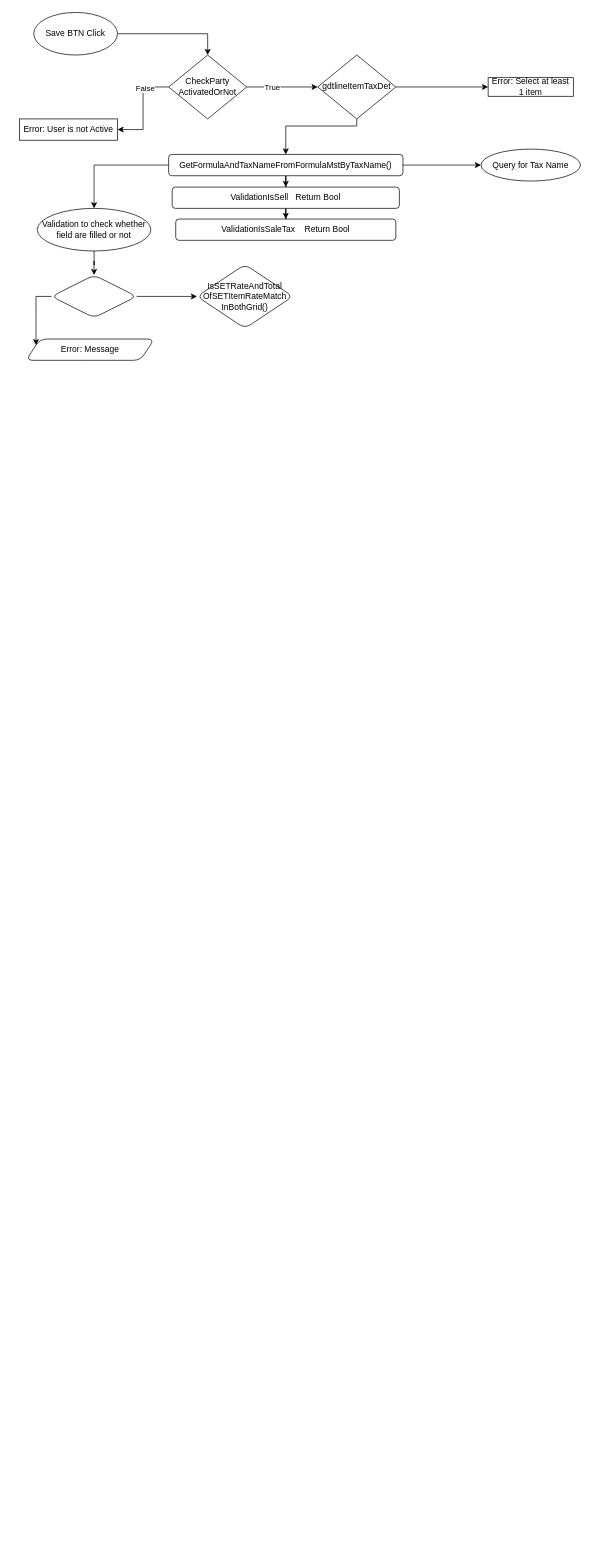
Earlier version of the draw.io diagram Untitled Diagram.drawio (Snag-hub/DOT-Net). Source tidied: cells renumbered, new cells numbered last; positions are measured from the earlier drawing's top-left corner, leaving out a move shared by most shapes. Both pictures are drawn from the tidied source at 71%, with x=0, y=0 at pixel (19, 12).
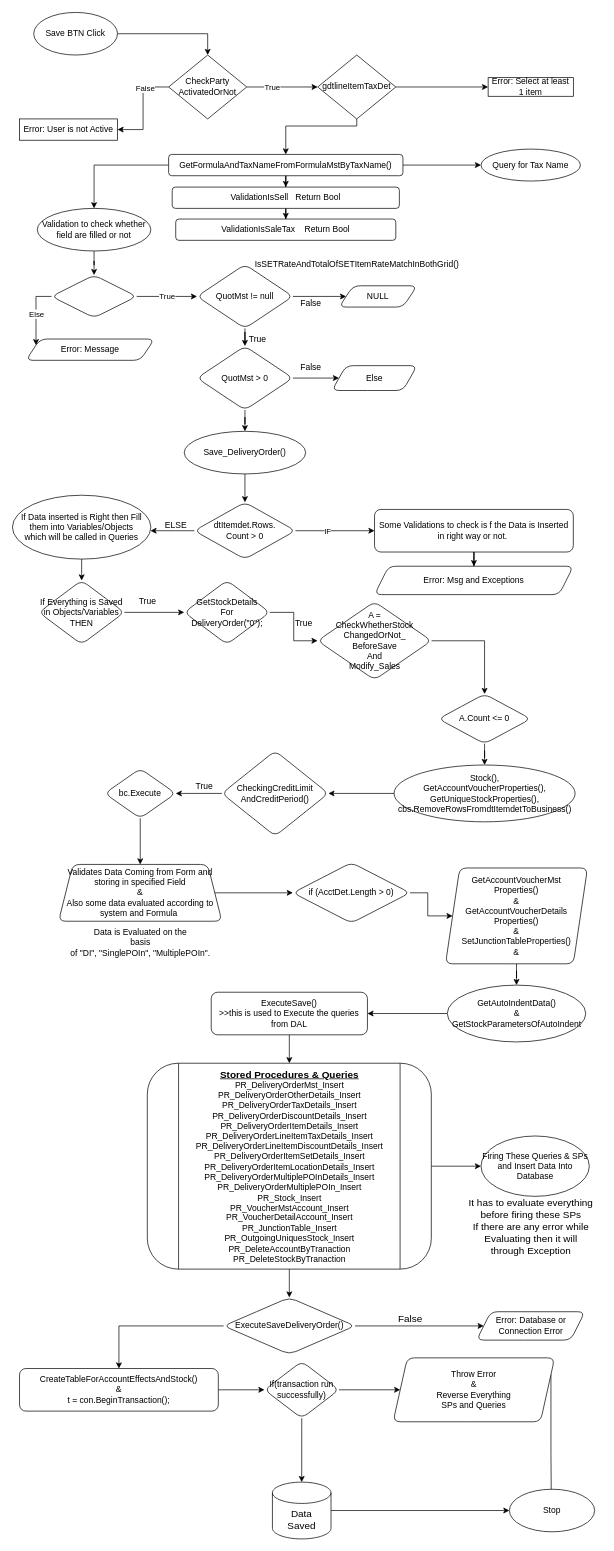
The same page after the edit.

Commit message:
SaveDO_FlowChart

Unchanged cells that the change refers to:
```xml
<mxCell id="24" style="edgeStyle=orthogonalEdgeStyle;rounded=0;jettySize=auto;html=1;exitX=0;exitY=0.5;exitDx=0;exitDy=0;entryX=0;entryY=0.25;entryDx=0;entryDy=0;" parent="1" edge="1" source="26" target="27">
  <mxGeometry relative="1" as="geometry" />
</mxCell>
<mxCell id="26" style="rhombus;whiteSpace=wrap;html=1;rounded=1;" parent="1" vertex="1">
  <mxGeometry x="45" y="370" width="120" height="60" as="geometry" />
</mxCell>
```

The edit, as a diff of the source:
```diff
@@
+    <mxCell id="29" value="Else" style="edgeLabel;html=1;align=center;verticalAlign=middle;" parent="24" vertex="1">
+      <mxGeometry x="0.01" relative="1" as="geometry" />
+    </mxCell>
-    <mxCell id="25" style="edgeStyle=orthogonalEdgeStyle;rounded=0;jettySize=auto;html=1;" parent="1" edge="1" source="26" target="28">
+    <mxCell id="25" value="True" style="edgeStyle=orthogonalEdgeStyle;rounded=0;jettySize=auto;html=1;" parent="1" edge="1" source="26" target="28">
       <mxGeometry relative="1" as="geometry" />
     </mxCell>
@@
+    <mxCell id="30" style="edgeStyle=orthogonalEdgeStyle;rounded=0;jettySize=auto;html=1;" parent="1" edge="1" source="28" target="33">
+      <mxGeometry relative="1" as="geometry" />
+    </mxCell>
+    <mxCell id="31" style="edgeStyle=orthogonalEdgeStyle;rounded=0;jettySize=auto;html=1;" parent="1" edge="1" source="28" target="36">
+      <mxGeometry relative="1" as="geometry" />
+    </mxCell>
-    <mxCell id="28" value="IsSETRateAndTotal&lt;br&gt;OfSETItemRateMatch&lt;br&gt;InBothGrid()" style="rhombus;whiteSpace=wrap;html=1;rounded=1;" parent="1" vertex="1">
+    <mxCell id="28" value="QuotMst != null" style="rhombus;whiteSpace=wrap;html=1;rounded=1;" parent="1" vertex="1">
       <mxGeometry x="250" y="355" width="135" height="90" as="geometry" />
     </mxCell>
+    <mxCell id="32" value="&lt;span style=&quot;&quot;&gt;IsSETRateAndTotal&lt;/span&gt;&lt;span style=&quot;&quot;&gt;OfSETItemRateMatch&lt;/span&gt;&lt;span style=&quot;&quot;&gt;InBothGrid()&lt;/span&gt;" style="text;html=1;align=center;verticalAlign=middle;strokeColor=none;fillColor=none;" parent="1" vertex="1">
+      <mxGeometry x="320" y="340" width="310" height="30" as="geometry" />
+    </mxCell>
+    <mxCell id="33" value="NULL" style="shape=parallelogram;perimeter=parallelogramPerimeter;whiteSpace=wrap;html=1;fixedSize=1;rounded=1;" parent="1" vertex="1">
+      <mxGeometry x="450" y="385" width="110" height="30" as="geometry" />
+    </mxCell>
+    <mxCell id="34" style="edgeStyle=orthogonalEdgeStyle;rounded=0;jettySize=auto;html=1;" parent="1" edge="1" source="36" target="37">
+      <mxGeometry relative="1" as="geometry" />
+    </mxCell>
+    <mxCell id="35" style="edgeStyle=orthogonalEdgeStyle;rounded=0;jettySize=auto;html=1;" parent="1" edge="1" source="36" target="42">
+      <mxGeometry relative="1" as="geometry" />
+    </mxCell>
+    <mxCell id="36" value="QuotMst &amp;gt; 0" style="rhombus;whiteSpace=wrap;html=1;rounded=1;" parent="1" vertex="1">
+      <mxGeometry x="250" y="470" width="135" height="90" as="geometry" />
+    </mxCell>
+    <mxCell id="37" value="Else" style="shape=parallelogram;perimeter=parallelogramPerimeter;whiteSpace=wrap;html=1;fixedSize=1;rounded=1;" parent="1" vertex="1">
+      <mxGeometry x="440" y="497.5" width="120" height="35" as="geometry" />
+    </mxCell>
+    <mxCell id="38" value="True" style="text;html=1;align=center;verticalAlign=middle;strokeColor=none;fillColor=none;" parent="1" vertex="1">
+      <mxGeometry x="310" y="445" width="50" height="30" as="geometry" />
+    </mxCell>
+    <mxCell id="39" value="False" style="text;html=1;align=center;verticalAlign=middle;strokeColor=none;fillColor=none;" parent="1" vertex="1">
+      <mxGeometry x="385" y="395" width="50" height="30" as="geometry" />
+    </mxCell>
+    <mxCell id="40" value="False" style="text;html=1;align=center;verticalAlign=middle;strokeColor=none;fillColor=none;" parent="1" vertex="1">
+      <mxGeometry x="385" y="485" width="50" height="30" as="geometry" />
+    </mxCell>
+    <mxCell id="41" style="edgeStyle=orthogonalEdgeStyle;rounded=0;jettySize=auto;html=1;" parent="1" edge="1" source="42" target="46">
+      <mxGeometry relative="1" as="geometry" />
+    </mxCell>
+    <mxCell id="42" value="Save_DeliveryOrder()" style="ellipse;whiteSpace=wrap;html=1;rounded=1;" parent="1" vertex="1">
+      <mxGeometry x="232" y="590" width="171" height="60" as="geometry" />
+    </mxCell>
+    <mxCell id="43" style="edgeStyle=orthogonalEdgeStyle;rounded=0;jettySize=auto;html=1;" parent="1" edge="1" source="46" target="48">
+      <mxGeometry relative="1" as="geometry" />
+    </mxCell>
+    <mxCell id="44" value="IF" style="edgeLabel;html=1;align=center;verticalAlign=middle;" parent="43" vertex="1">
+      <mxGeometry x="-0.2" relative="1" as="geometry" />
+    </mxCell>
+    <mxCell id="45" style="edgeStyle=orthogonalEdgeStyle;rounded=0;jettySize=auto;html=1;" parent="1" edge="1" source="46" target="50">
+      <mxGeometry relative="1" as="geometry">
+        <Array as="points">
+          <mxPoint x="220" y="730" />
+          <mxPoint x="220" y="730" />
+        </Array>
+      </mxGeometry>
+    </mxCell>
+    <mxCell id="46" value="dtItemdet.Rows.&lt;br&gt;Count &amp;gt; 0" style="rhombus;whiteSpace=wrap;html=1;rounded=1;" parent="1" vertex="1">
+      <mxGeometry x="246.2" y="690" width="142.5" height="80" as="geometry" />
+    </mxCell>
+    <mxCell id="47" style="edgeStyle=orthogonalEdgeStyle;rounded=0;jettySize=auto;html=1;" parent="1" edge="1" source="48" target="52">
+      <mxGeometry relative="1" as="geometry" />
+    </mxCell>
+    <mxCell id="48" value="Some Validations to check is f the Data is Inserted in right way or not.&amp;nbsp;" style="whiteSpace=wrap;html=1;rounded=1;" parent="1" vertex="1">
+      <mxGeometry x="500" y="700" width="280" height="60" as="geometry" />
+    </mxCell>
+    <mxCell id="49" style="edgeStyle=orthogonalEdgeStyle;rounded=0;jettySize=auto;html=1;" parent="1" edge="1" source="50" target="54">
+      <mxGeometry relative="1" as="geometry" />
+    </mxCell>
+    <mxCell id="50" value="If Data inserted is Right then Fill them into Variables/Objects &lt;br&gt;which will be called in Queries" style="ellipse;whiteSpace=wrap;html=1;rounded=1;" parent="1" vertex="1">
+      <mxGeometry x="-10" y="680" width="195" height="90" as="geometry" />
+    </mxCell>
+    <mxCell id="51" value="ELSE" style="text;html=1;align=center;verticalAlign=middle;strokeColor=none;fillColor=none;" parent="1" vertex="1">
+      <mxGeometry x="195" y="708" width="50" height="30" as="geometry" />
+    </mxCell>
+    <mxCell id="52" value="Error: Msg and Exceptions" style="shape=parallelogram;perimeter=parallelogramPerimeter;whiteSpace=wrap;html=1;fixedSize=1;rounded=1;" parent="1" vertex="1">
+      <mxGeometry x="500" y="780" width="280" height="40" as="geometry" />
+    </mxCell>
+    <mxCell id="53" style="edgeStyle=orthogonalEdgeStyle;rounded=0;jettySize=auto;html=1;" parent="1" edge="1" source="54" target="56">
+      <mxGeometry relative="1" as="geometry" />
+    </mxCell>
+    <mxCell id="54" value="If Everything is Saved in Objects/Variables&lt;br&gt;THEN" style="rhombus;whiteSpace=wrap;html=1;rounded=1;" parent="1" vertex="1">
+      <mxGeometry x="27.2" y="800" width="120.5" height="90" as="geometry" />
+    </mxCell>
+    <mxCell id="55" style="edgeStyle=orthogonalEdgeStyle;rounded=0;jettySize=auto;html=1;" parent="1" edge="1" source="56" target="59">
+      <mxGeometry relative="1" as="geometry" />
+    </mxCell>
+    <mxCell id="56" value="GetStockDetails&lt;br&gt;For&lt;br&gt;DeliveryOrder(&quot;0&quot;);" style="rhombus;whiteSpace=wrap;html=1;rounded=1;" parent="1" vertex="1">
+      <mxGeometry x="232" y="800" width="120.5" height="90" as="geometry" />
+    </mxCell>
+    <mxCell id="57" value="True" style="text;html=1;align=center;verticalAlign=middle;strokeColor=none;fillColor=none;" parent="1" vertex="1">
+      <mxGeometry x="155" y="815" width="50" height="30" as="geometry" />
+    </mxCell>
+    <mxCell id="58" style="edgeStyle=orthogonalEdgeStyle;rounded=0;jettySize=auto;html=1;" parent="1" edge="1" source="59" target="62">
+      <mxGeometry relative="1" as="geometry" />
+    </mxCell>
+    <mxCell id="59" value="A =&lt;br&gt;CheckWhetherStock&lt;br&gt;ChangedOrNot_&lt;br&gt;BeforeSave&lt;br&gt;And&lt;br&gt;Modify_Sales" style="rhombus;whiteSpace=wrap;html=1;rounded=1;" parent="1" vertex="1">
+      <mxGeometry x="419.8" y="830" width="160.5" height="110" as="geometry" />
+    </mxCell>
+    <mxCell id="60" value="True" style="text;html=1;align=center;verticalAlign=middle;strokeColor=none;fillColor=none;" parent="1" vertex="1">
+      <mxGeometry x="375" y="845" width="50" height="30" as="geometry" />
+    </mxCell>
+    <mxCell id="61" style="edgeStyle=orthogonalEdgeStyle;rounded=0;jettySize=auto;html=1;" parent="1" edge="1" source="62" target="64">
+      <mxGeometry relative="1" as="geometry" />
+    </mxCell>
+    <mxCell id="62" value="A.Count &amp;lt;= 0" style="rhombus;whiteSpace=wrap;html=1;rounded=1;" parent="1" vertex="1">
+      <mxGeometry x="590" y="960" width="130" height="70" as="geometry" />
+    </mxCell>
+    <mxCell id="63" style="edgeStyle=orthogonalEdgeStyle;rounded=0;jettySize=auto;html=1;" parent="1" edge="1" source="64" target="66">
+      <mxGeometry relative="1" as="geometry" />
+    </mxCell>
+    <mxCell id="64" value="Stock(),&lt;br&gt;GetAccountVoucherProperties(),&lt;br&gt;GetUniqueStockProperties(),&lt;br&gt;cbs.RemoveRowsFromdtItemdetToBusiness()" style="ellipse;whiteSpace=wrap;html=1;rounded=1;" parent="1" vertex="1">
+      <mxGeometry x="527.5" y="1060" width="255" height="80" as="geometry" />
+    </mxCell>
+    <mxCell id="65" style="edgeStyle=orthogonalEdgeStyle;rounded=0;jettySize=auto;html=1;" parent="1" edge="1" source="66" target="68">
+      <mxGeometry relative="1" as="geometry" />
+    </mxCell>
+    <mxCell id="66" value="CheckingCreditLimit&lt;br&gt;AndCreditPeriod()" style="rhombus;whiteSpace=wrap;html=1;rounded=1;" parent="1" vertex="1">
+      <mxGeometry x="285" y="1040" width="150" height="120" as="geometry" />
+    </mxCell>
+    <mxCell id="67" style="edgeStyle=orthogonalEdgeStyle;rounded=0;jettySize=auto;html=1;" parent="1" edge="1" source="68" target="71">
+      <mxGeometry relative="1" as="geometry" />
+    </mxCell>
+    <mxCell id="68" value="bc.Execute" style="rhombus;whiteSpace=wrap;html=1;rounded=1;" parent="1" vertex="1">
+      <mxGeometry x="120" y="1065" width="100" height="70" as="geometry" />
+    </mxCell>
+    <mxCell id="69" value="True" style="text;html=1;align=center;verticalAlign=middle;strokeColor=none;fillColor=none;" parent="1" vertex="1">
+      <mxGeometry x="235" y="1075" width="50" height="30" as="geometry" />
+    </mxCell>
+    <mxCell id="70" style="edgeStyle=orthogonalEdgeStyle;rounded=0;jettySize=auto;html=1;" parent="1" edge="1" source="71" target="74">
+      <mxGeometry relative="1" as="geometry" />
+    </mxCell>
+    <mxCell id="71" value="Validates Data Coming from Form and storing in specified Field&lt;br&gt;&amp;amp;&lt;br&gt;Also some data evaluated according to system and Formula&amp;nbsp;" style="shape=trapezoid;perimeter=trapezoidPerimeter;whiteSpace=wrap;html=1;fixedSize=1;rounded=1;" parent="1" vertex="1">
+      <mxGeometry x="55" y="1200" width="230" height="80" as="geometry" />
+    </mxCell>
+    <mxCell id="72" value="Data is Evaluated on the&lt;br&gt;basis&lt;br&gt;of &quot;DI&quot;, &quot;SinglePOIn&quot;, &quot;MultiplePOIn&quot;." style="text;html=1;align=center;verticalAlign=middle;strokeColor=none;fillColor=none;" parent="1" vertex="1">
+      <mxGeometry x="60" y="1280" width="220" height="60" as="geometry" />
+    </mxCell>
+    <mxCell id="73" style="edgeStyle=orthogonalEdgeStyle;rounded=0;jettySize=auto;html=1;" parent="1" edge="1" source="74" target="76">
+      <mxGeometry relative="1" as="geometry" />
+    </mxCell>
+    <mxCell id="74" value="if (AcctDet.Length &amp;gt; 0)" style="rhombus;whiteSpace=wrap;html=1;rounded=1;" parent="1" vertex="1">
+      <mxGeometry x="385" y="1197.5" width="165" height="85" as="geometry" />
+    </mxCell>
+    <mxCell id="75" style="edgeStyle=orthogonalEdgeStyle;rounded=0;jettySize=auto;html=1;" parent="1" edge="1" source="76" target="78">
+      <mxGeometry relative="1" as="geometry" />
+    </mxCell>
+    <mxCell id="76" value="GetAccountVoucherMst&lt;br&gt;Properties()&lt;br&gt;&amp;amp;&lt;br&gt;GetAccountVoucherDetails&lt;br&gt;Properties()&lt;br&gt;&amp;amp;&lt;br&gt;SetJunctionTableProperties()&lt;br&gt;&amp;amp;&lt;br&gt;" style="shape=parallelogram;perimeter=parallelogramPerimeter;whiteSpace=wrap;html=1;fixedSize=1;rounded=1;" parent="1" vertex="1">
+      <mxGeometry x="600" y="1205" width="200" height="135" as="geometry" />
+    </mxCell>
+    <mxCell id="77" style="edgeStyle=orthogonalEdgeStyle;rounded=0;jettySize=auto;html=1;" parent="1" edge="1" source="78" target="80">
+      <mxGeometry relative="1" as="geometry" />
+    </mxCell>
+    <mxCell id="78" value="GetAutoIndentData()&lt;br&gt;&amp;amp;&lt;br&gt;GetStockParametersOfAutoIndent" style="ellipse;whiteSpace=wrap;html=1;rounded=1;" parent="1" vertex="1">
+      <mxGeometry x="602.5" y="1370" width="195" height="80" as="geometry" />
+    </mxCell>
+    <mxCell id="79" style="edgeStyle=orthogonalEdgeStyle;rounded=0;jettySize=auto;html=1;" parent="1" edge="1" source="80" target="83">
+      <mxGeometry relative="1" as="geometry" />
+    </mxCell>
+    <mxCell id="80" value="ExecuteSave()&lt;br&gt;&amp;gt;&amp;gt;this is used to Execute the queries from DAL" style="whiteSpace=wrap;html=1;rounded=1;" parent="1" vertex="1">
+      <mxGeometry x="270" y="1380" width="220" height="60" as="geometry" />
+    </mxCell>
+    <mxCell id="81" style="edgeStyle=orthogonalEdgeStyle;rounded=0;jettySize=auto;html=1;fontSize=14;" parent="1" edge="1" source="83" target="84">
+      <mxGeometry relative="1" as="geometry" />
+    </mxCell>
+    <mxCell id="82" style="edgeStyle=orthogonalEdgeStyle;rounded=0;jettySize=auto;html=1;fontSize=14;" parent="1" edge="1" source="83" target="88">
+      <mxGeometry relative="1" as="geometry" />
+    </mxCell>
+    <mxCell id="83" value="&lt;b&gt;&lt;font size=&quot;1&quot; style=&quot;&quot;&gt;&lt;u style=&quot;font-size: 14px;&quot;&gt;Stored Procedures &amp;amp; Queries&lt;/u&gt;&lt;/font&gt;&lt;/b&gt;&lt;br&gt;PR_DeliveryOrderMst_Insert&lt;br&gt;PR_DeliveryOrderOtherDetails_Insert&lt;br&gt;PR_DeliveryOrderTaxDetails_Insert&lt;br&gt;PR_DeliveryOrderDiscountDetails_Insert&lt;br&gt;PR_DeliveryOrderItemDetails_Insert&lt;br&gt;PR_DeliveryOrderLineItemTaxDetails_Insert&lt;br&gt;PR_DeliveryOrderLineItemDiscountDetails_Insert&lt;br&gt;PR_DeliveryOrderItemSetDetails_Insert&lt;br&gt;PR_DeliveryOrderItemLocationDetails_Insert&lt;br&gt;PR_DeliveryOrderMultiplePOInDetails_Insert&lt;br&gt;PR_DeliveryOrderMultiplePOIn_Insert&lt;br&gt;PR_Stock_Insert&lt;br&gt;PR_VoucherMstAccount_Insert&lt;br&gt;PR_VoucherDetailAccount_Insert&lt;br&gt;PR_JunctionTable_Insert&lt;br&gt;PR_OutgoingUniquesStock_Insert&lt;br&gt;PR_DeleteAccountByTranaction&lt;br&gt;PR_DeleteStockByTranaction" style="shape=process;whiteSpace=wrap;html=1;backgroundOutline=1;rounded=1;" parent="1" vertex="1">
+      <mxGeometry x="180" y="1480" width="400" height="290" as="geometry" />
+    </mxCell>
+    <mxCell id="84" value="Firing These Queries &amp;amp; SPs and Insert Data Into Database" style="ellipse;whiteSpace=wrap;html=1;rounded=1;" parent="1" vertex="1">
+      <mxGeometry x="650" y="1582.5" width="152.5" height="85" as="geometry" />
+    </mxCell>
+    <mxCell id="85" value="It has to evaluate everything&lt;br&gt;before firing these SPs&lt;br&gt;If there are any error while&lt;br&gt;Evaluating then it will&lt;br&gt;through Exception" style="text;html=1;align=center;verticalAlign=middle;strokeColor=none;fillColor=none;fontSize=14;" parent="1" vertex="1">
+      <mxGeometry x="620" y="1660" width="200" height="100" as="geometry" />
+    </mxCell>
+    <mxCell id="86" style="edgeStyle=orthogonalEdgeStyle;rounded=0;jettySize=auto;html=1;fontSize=14;" parent="1" edge="1" source="88" target="89">
+      <mxGeometry relative="1" as="geometry" />
+    </mxCell>
+    <mxCell id="87" style="edgeStyle=orthogonalEdgeStyle;rounded=0;jettySize=auto;html=1;fontSize=14;" parent="1" edge="1" source="88" target="92">
+      <mxGeometry relative="1" as="geometry" />
+    </mxCell>
+    <mxCell id="88" value="ExecuteSaveDeliveryOrder()" style="rhombus;whiteSpace=wrap;html=1;rounded=1;" parent="1" vertex="1">
+      <mxGeometry x="287.5" y="1810" width="185" height="80" as="geometry" />
+    </mxCell>
+    <mxCell id="89" value="Error: Database or Connection Error" style="shape=parallelogram;perimeter=parallelogramPerimeter;whiteSpace=wrap;html=1;fixedSize=1;rounded=1;" parent="1" vertex="1">
+      <mxGeometry x="643.8" y="1830" width="152.5" height="40" as="geometry" />
+    </mxCell>
+    <mxCell id="90" value="False" style="text;html=1;align=center;verticalAlign=middle;strokeColor=none;fillColor=none;fontSize=14;" parent="1" vertex="1">
+      <mxGeometry x="520" y="1825" width="60" height="30" as="geometry" />
+    </mxCell>
+    <mxCell id="91" style="edgeStyle=orthogonalEdgeStyle;rounded=0;jettySize=auto;html=1;fontSize=14;" parent="1" edge="1" source="92" target="95">
+      <mxGeometry relative="1" as="geometry" />
+    </mxCell>
+    <mxCell id="92" value="CreateTableForAccountEffectsAndStock()&lt;br&gt;&amp;amp;&lt;br&gt;t = con.BeginTransaction();" style="rounded=1;whiteSpace=wrap;html=1;" parent="1" vertex="1">
+      <mxGeometry y="1910" width="280" height="60" as="geometry" />
+    </mxCell>
+    <mxCell id="93" style="edgeStyle=orthogonalEdgeStyle;rounded=0;jettySize=auto;html=1;exitX=0.5;exitY=1;exitDx=0;exitDy=0;entryX=0.5;entryY=0;entryDx=0;entryDy=0;entryPerimeter=0;fontSize=14;" parent="1" edge="1" source="95" target="97">
+      <mxGeometry relative="1" as="geometry" />
+    </mxCell>
+    <mxCell id="94" style="edgeStyle=orthogonalEdgeStyle;rounded=0;jettySize=auto;html=1;fontSize=14;" parent="1" edge="1" source="95" target="99">
+      <mxGeometry relative="1" as="geometry" />
+    </mxCell>
+    <mxCell id="95" value="If(transaction run successfully)" style="rhombus;whiteSpace=wrap;html=1;rounded=1;" parent="1" vertex="1">
+      <mxGeometry x="345" y="1900" width="105" height="80" as="geometry" />
+    </mxCell>
+    <mxCell id="96" style="edgeStyle=orthogonalEdgeStyle;rounded=0;jettySize=auto;html=1;entryX=0;entryY=0.5;entryDx=0;entryDy=0;fontSize=14;" parent="1" edge="1" source="97" target="100">
+      <mxGeometry relative="1" as="geometry" />
+    </mxCell>
+    <mxCell id="97" value="Data&lt;br&gt;Saved" style="shape=cylinder3;whiteSpace=wrap;html=1;boundedLbl=1;backgroundOutline=1;size=15;fontSize=14;" parent="1" vertex="1">
+      <mxGeometry x="356.2" y="2070" width="82.5" height="80" as="geometry" />
+    </mxCell>
+    <mxCell id="98" style="edgeStyle=orthogonalEdgeStyle;rounded=0;jettySize=auto;html=1;exitX=1;exitY=0.25;exitDx=0;exitDy=0;entryX=0.492;entryY=0.333;entryDx=0;entryDy=0;entryPerimeter=0;fontSize=14;" parent="1" edge="1" source="99" target="100">
+      <mxGeometry relative="1" as="geometry" />
+    </mxCell>
+    <mxCell id="99" value="Throw Error&lt;br&gt;&amp;amp;&lt;br&gt;Reverse Everything&lt;br&gt;SPs and Queries" style="shape=parallelogram;perimeter=parallelogramPerimeter;whiteSpace=wrap;html=1;fixedSize=1;rounded=1;" parent="1" vertex="1">
+      <mxGeometry x="526.2" y="1895" width="227.5" height="90" as="geometry" />
+    </mxCell>
+    <mxCell id="100" value="Stop" style="ellipse;whiteSpace=wrap;html=1;rounded=1;" parent="1" vertex="1">
+      <mxGeometry x="690" y="2080" width="120" height="60" as="geometry" />
+    </mxCell>
```
